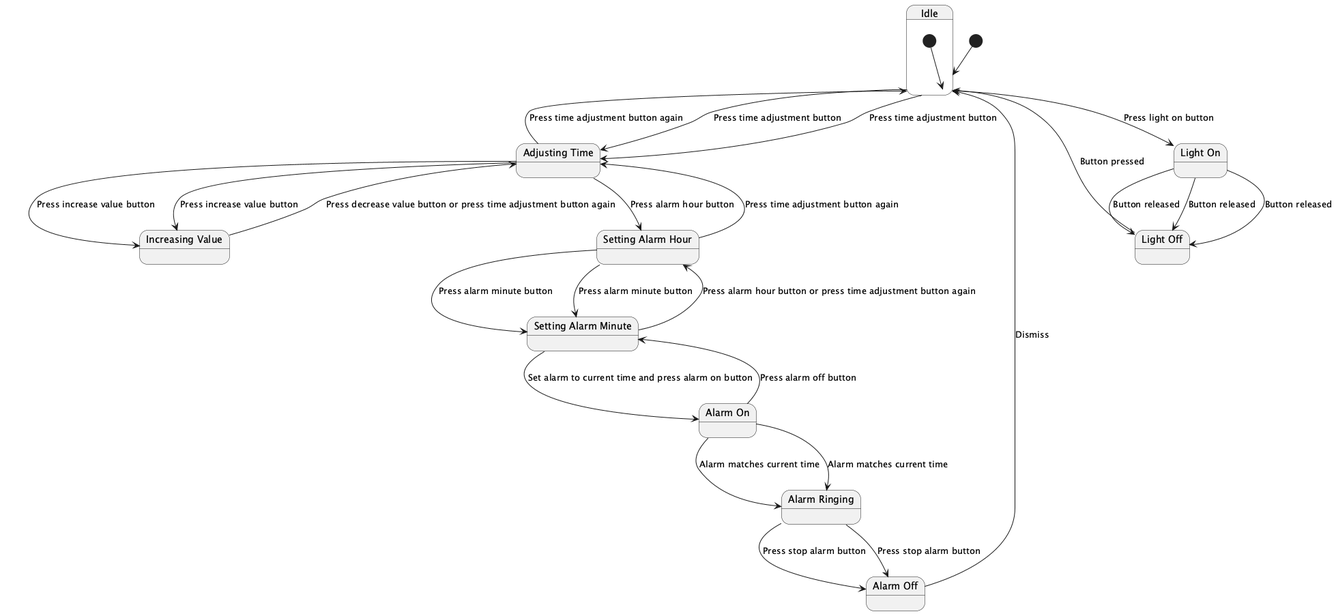
Earlier version of the PlantUML export results/plantuml_pipeline/ensemble_stacked_llm/runs/ensemble__all_methods__candidate_pool__stacked_llm/case_46_digital_watch/ensemble.png (maimunafaria/State_transition_Diagram_generated_by_LLM). Source of this version:
```plantuml
@startuml
[*] --> Idle

state "Idle" as Idle {
  [*] --> Idle
}

state "Adjusting Time" as AdjustingTime {
  Idle --> AdjustingTime : Press time adjustment button
  AdjustingTime --> Idle : Press time adjustment button again
}

state "Increasing Value" as IncreasingValue {
  AdjustingTime --> IncreasingValue : Press increase value button
  IncreasingValue --> AdjustingTime : Press decrease value button or press time adjustment button again
}

state "Setting Alarm Hour" as SettingAlarmHour {
  AdjustingTime --> SettingAlarmHour : Press alarm hour button
  SettingAlarmHour --> AdjustingTime : Press time adjustment button again
}

state "Setting Alarm Minute" as SettingAlarmMinute {
  SettingAlarmHour --> SettingAlarmMinute : Press alarm minute button
  SettingAlarmMinute --> SettingAlarmHour : Press alarm hour button or press time adjustment button again
}

state "Alarm On" as AlarmOn {
  SettingAlarmMinute --> AlarmOn : Set alarm to current time and press alarm on button
  AlarmOn --> SettingAlarmMinute : Press alarm off button
}

state "Alarm Ringing" as AlarmRinging {
  AlarmOn --> AlarmRinging : Alarm matches current time
  AlarmRinging --> AlarmOff : Press stop alarm button
}

state "Alarm Off" as AlarmOff {
  AlarmRinging --> AlarmOff : Press stop alarm button
  AlarmOff --> Idle : Dismiss
}

state "Light On" as LightOn {
  Idle --> LightOn : Press light on button
  LightOn --> LightOff : Button released
}

state "Light Off" as LightOff {
  LightOn --> LightOff : Button released
  LightOff --> Idle : Button pressed
}

Idle --> AdjustingTime : Press time adjustment button
AdjustingTime --> IncreasingValue : Press increase value button
SettingAlarmHour --> SettingAlarmMinute : Press alarm minute button
AlarmOn --> AlarmRinging : Alarm matches current time
LightOn --> LightOff : Button released

@enduml
```
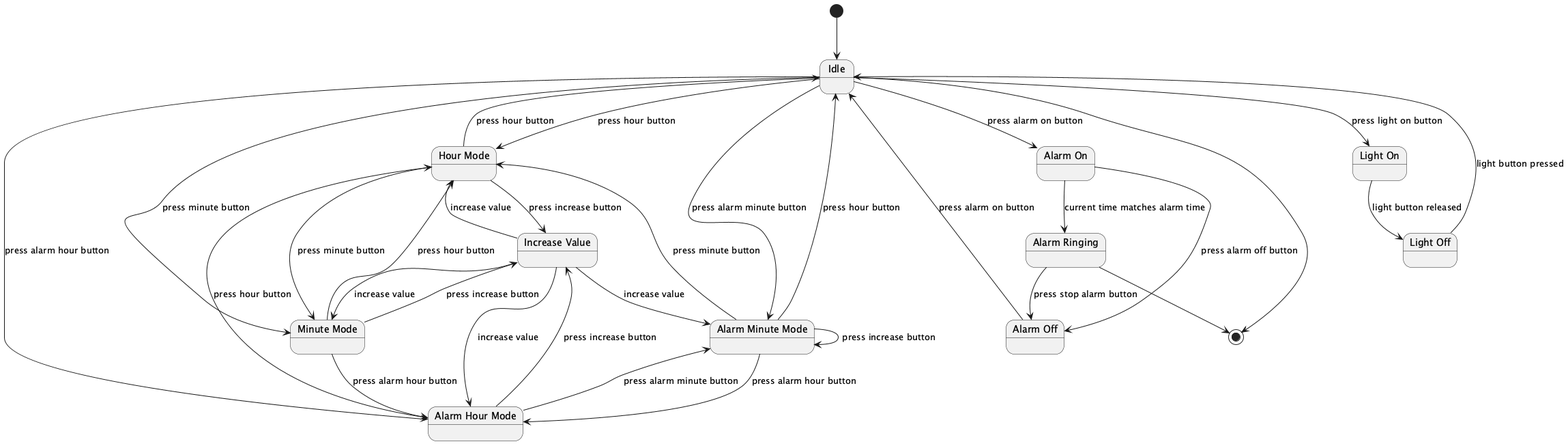
The same diagram one commit later.

Diff of the diagram source:
```diff
@@ -2,58 +2,68 @@
 [*] --> Idle
 
 state "Idle" as Idle {
-  [*] --> Idle
+  Idle --> HourMode : press hour button
+  Idle --> MinuteMode : press minute button
+  Idle --> AlarmHourMode : press alarm hour button
+  Idle --> AlarmMinuteMode : press alarm minute button
+  Idle --> AlarmOn : press alarm on button
+  Idle --> LightOn : press light on button
 }
 
-state "Adjusting Time" as AdjustingTime {
-  Idle --> AdjustingTime : Press time adjustment button
-  AdjustingTime --> Idle : Press time adjustment button again
+state "Hour Mode" as HourMode {
+  HourMode --> MinuteMode : press minute button
+  HourMode --> IncreaseValue : press increase button
+  HourMode --> Idle : press hour button
 }
 
-state "Increasing Value" as IncreasingValue {
-  AdjustingTime --> IncreasingValue : Press increase value button
-  IncreasingValue --> AdjustingTime : Press decrease value button or press time adjustment button again
+state "Minute Mode" as MinuteMode {
+  MinuteMode --> AlarmHourMode : press alarm hour button
+  MinuteMode --> IncreaseValue : press increase button
+  MinuteMode --> HourMode : press hour button
 }
 
-state "Setting Alarm Hour" as SettingAlarmHour {
-  AdjustingTime --> SettingAlarmHour : Press alarm hour button
-  SettingAlarmHour --> AdjustingTime : Press time adjustment button again
+state "Alarm Hour Mode" as AlarmHourMode {
+  AlarmHourMode --> AlarmMinuteMode : press alarm minute button
+  AlarmHourMode --> IncreaseValue : press increase button
+  AlarmHourMode --> HourMode : press hour button
 }
 
-state "Setting Alarm Minute" as SettingAlarmMinute {
-  SettingAlarmHour --> SettingAlarmMinute : Press alarm minute button
-  SettingAlarmMinute --> SettingAlarmHour : Press alarm hour button or press time adjustment button again
+state "Alarm Minute Mode" as AlarmMinuteMode {
+  AlarmMinuteMode --> Idle : press hour button
+  AlarmMinuteMode --> HourMode : press minute button
+  AlarmMinuteMode --> AlarmHourMode : press alarm hour button
+  AlarmMinuteMode --> AlarmMinuteMode : press increase button
+}
+
+state "Increase Value" as IncreaseValue {
+  IncreaseValue --> HourMode : increase value
+  IncreaseValue --> MinuteMode : increase value
+  IncreaseValue --> AlarmHourMode : increase value
+  IncreaseValue --> AlarmMinuteMode : increase value
 }
 
 state "Alarm On" as AlarmOn {
-  SettingAlarmMinute --> AlarmOn : Set alarm to current time and press alarm on button
-  AlarmOn --> SettingAlarmMinute : Press alarm off button
+  AlarmOn --> AlarmOff : press alarm off button
+  AlarmOn --> AlarmRinging : current time matches alarm time
+}
+
+state "Alarm Off" as AlarmOff {
+  AlarmOff --> Idle : press alarm on button
 }
 
 state "Alarm Ringing" as AlarmRinging {
-  AlarmOn --> AlarmRinging : Alarm matches current time
-  AlarmRinging --> AlarmOff : Press stop alarm button
-}
-
-state "Alarm Off" as AlarmOff {
-  AlarmRinging --> AlarmOff : Press stop alarm button
-  AlarmOff --> Idle : Dismiss
+  AlarmRinging --> AlarmOff : press stop alarm button
 }
 
 state "Light On" as LightOn {
-  Idle --> LightOn : Press light on button
-  LightOn --> LightOff : Button released
+  LightOn --> LightOff : light button released
 }
 
 state "Light Off" as LightOff {
-  LightOn --> LightOff : Button released
-  LightOff --> Idle : Button pressed
+  LightOff --> Idle : light button pressed
 }
 
-Idle --> AdjustingTime : Press time adjustment button
-AdjustingTime --> IncreasingValue : Press increase value button
-SettingAlarmHour --> SettingAlarmMinute : Press alarm minute button
-AlarmOn --> AlarmRinging : Alarm matches current time
-LightOn --> LightOff : Button released
+Idle --> [*]
+AlarmRinging --> [*]
 
 @enduml
```
